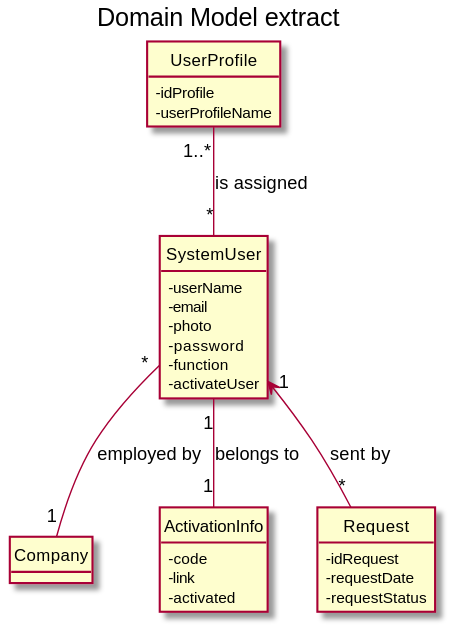
The PlantUML diagram docs/Sprint3/US024/US024-MD.svg in nunogon1211787/projectManagement, before a commit.
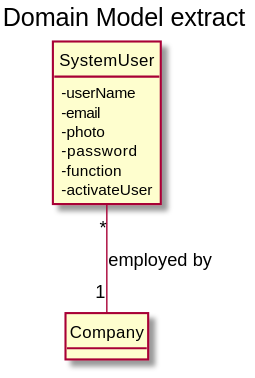
Later version of the same file.

Change to the diagram source:
```diff
@@ -17,24 +17,8 @@
       - activateUser
       }
 
-class ActivationInfo{
-- code
-- link
-- activated
-}
-class UserProfile{
-- idProfile
-- userProfileName
-}
-class Request{
-- idRequest
-- requestDate
-- requestStatus
-}
 
-SystemUser "1" -- "1" ActivationInfo: belongs to
-SystemUser "1" <-- "*" Request: sent by
 SystemUser "*" -- "1" Company: employed by
-UserProfile "1..*" -- "*" SystemUser: is assigned
+
 
 @enduml
```
